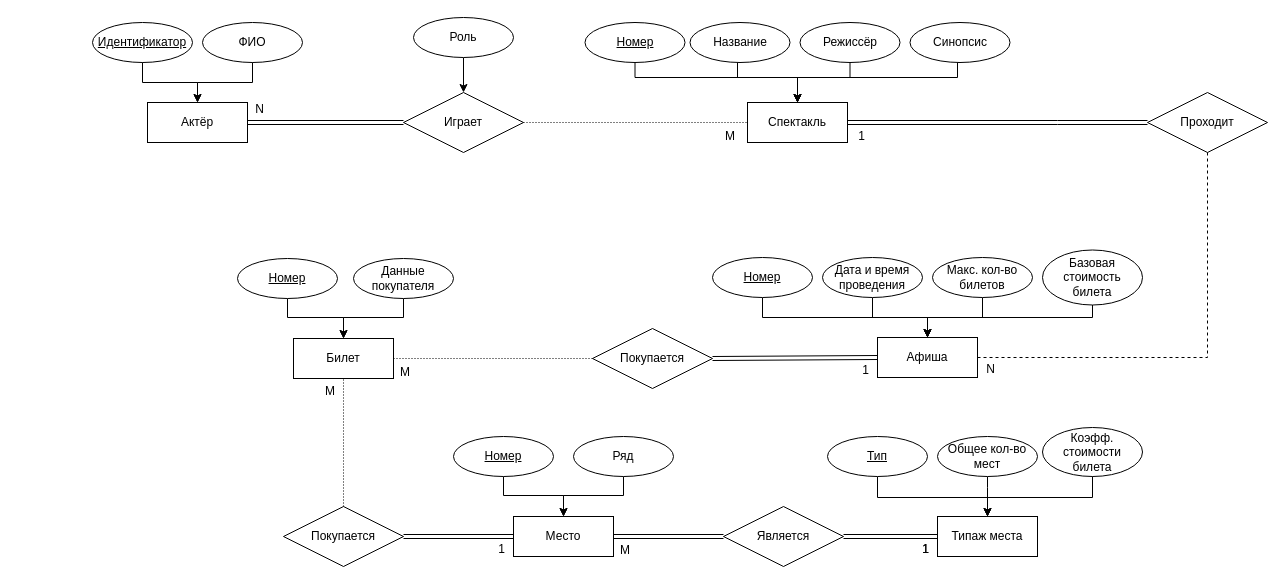
Before: Laba1/ER_diagram.drawio in den-a-s/data_based, a draw.io diagram. Source tidied: cells renumbered, new cells numbered last; positions are measured from the earlier drawing's top-left corner, leaving out a move shared by most shapes. Both pictures are drawn from the tidied source at 100%, with x=0, y=0 at pixel (17, 17).
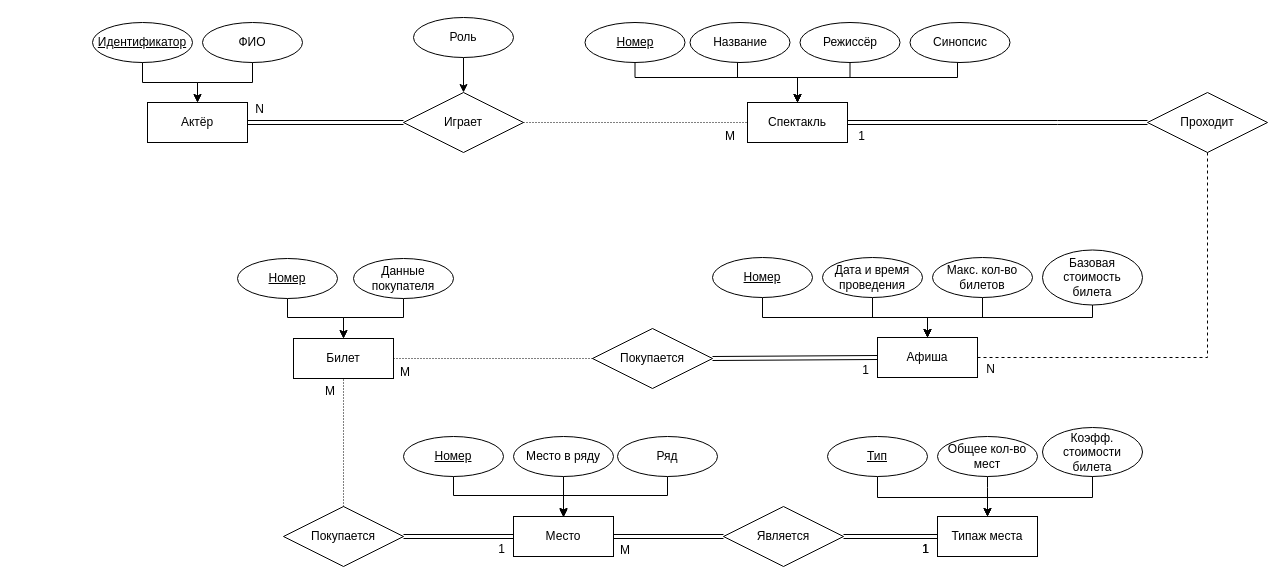
After the change.

Commit message:
Добавил место в ряду.drawio

The change refers to these unchanged cells:
```xml
<mxCell id="33" style="group;" parent="1" vertex="1">
  <mxGeometry x="386" y="419" width="320" height="120" as="geometry" />
</mxCell>
<mxCell id="34" value="Место" style="whiteSpace=wrap;html=1;align=center;" parent="33" vertex="1">
  <mxGeometry x="110" y="80" width="100" height="40" as="geometry" />
</mxCell>
```

Diff of the diagram source:
```diff
@@
     <mxCell id="35" style="edgeStyle=orthogonalEdgeStyle;rounded=0;jettySize=auto;html=1;entryX=0.5;entryY=0;entryDx=0;entryDy=0;exitX=0.5;exitY=1;exitDx=0;exitDy=0;" parent="33" edge="1" source="36" target="34">
       <mxGeometry relative="1" as="geometry">
         <Array as="points">
-          <mxPoint x="100" y="59" />
+          <mxPoint x="50" y="59" />
           <mxPoint x="160" y="59" />
         </Array>
       </mxGeometry>
     </mxCell>
     <mxCell id="36" value="&lt;u&gt;Номер&lt;/u&gt;" style="ellipse;whiteSpace=wrap;html=1;align=center;" parent="33" vertex="1">
-      <mxGeometry x="50" width="100" height="40" as="geometry" />
+      <mxGeometry width="100" height="40" as="geometry" />
     </mxCell>
     <mxCell id="37" style="edgeStyle=orthogonalEdgeStyle;rounded=0;jettySize=auto;html=1;entryX=0.5;entryY=0;entryDx=0;entryDy=0;exitX=0.5;exitY=1;exitDx=0;exitDy=0;" parent="33" edge="1" source="38" target="34">
       <mxGeometry relative="1" as="geometry">
         <Array as="points">
-          <mxPoint x="220" y="59" />
+          <mxPoint x="264" y="59" />
           <mxPoint x="160" y="59" />
         </Array>
       </mxGeometry>
     </mxCell>
     <mxCell id="38" value="Ряд" style="ellipse;whiteSpace=wrap;html=1;align=center;" parent="33" vertex="1">
-      <mxGeometry x="170" width="100" height="40" as="geometry" />
+      <mxGeometry x="214" width="100" height="40" as="geometry" />
     </mxCell>
+    <mxCell id="76" style="edgeStyle=orthogonalEdgeStyle;rounded=0;jettySize=auto;html=1;" parent="33" edge="1" source="77">
+      <mxGeometry relative="1" as="geometry">
+        <mxPoint x="160" y="81" as="targetPoint" />
+      </mxGeometry>
+    </mxCell>
+    <mxCell id="77" value="Место в ряду" style="ellipse;whiteSpace=wrap;html=1;align=center;" parent="33" vertex="1">
+      <mxGeometry x="110" width="100" height="40" as="geometry" />
+    </mxCell>
```
